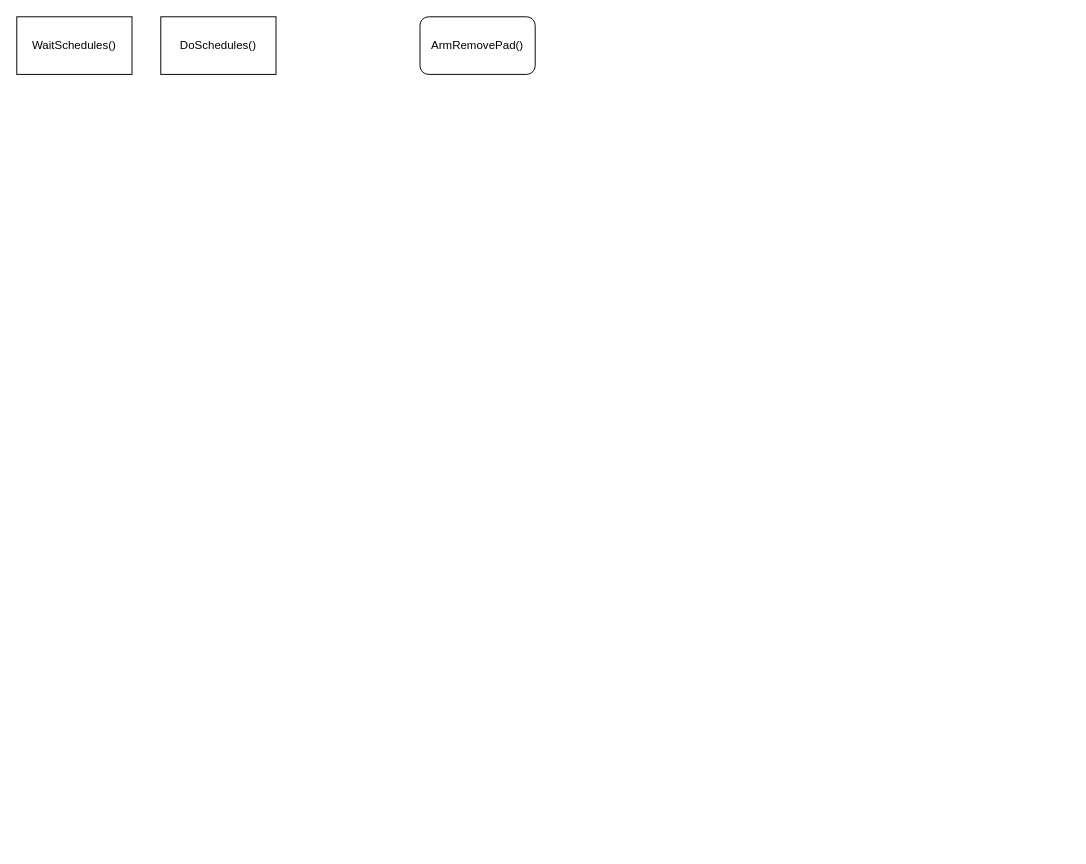
Earlier version of the draw.io diagram page "Funtions Summary" (2 of 8) of workflows/w0303_workflow_summary.drawio (wuyongf/w0303-ipc1). Source tidied: cells renumbered, new cells numbered last; positions are measured from the earlier drawing's top-left corner, leaving out a move shared by most shapes. Both pictures are drawn from the tidied source at 96%, with x=0, y=0 at pixel (16, 16). Pictures stored in the file or linked from it are replaced by grey dashed boxes.
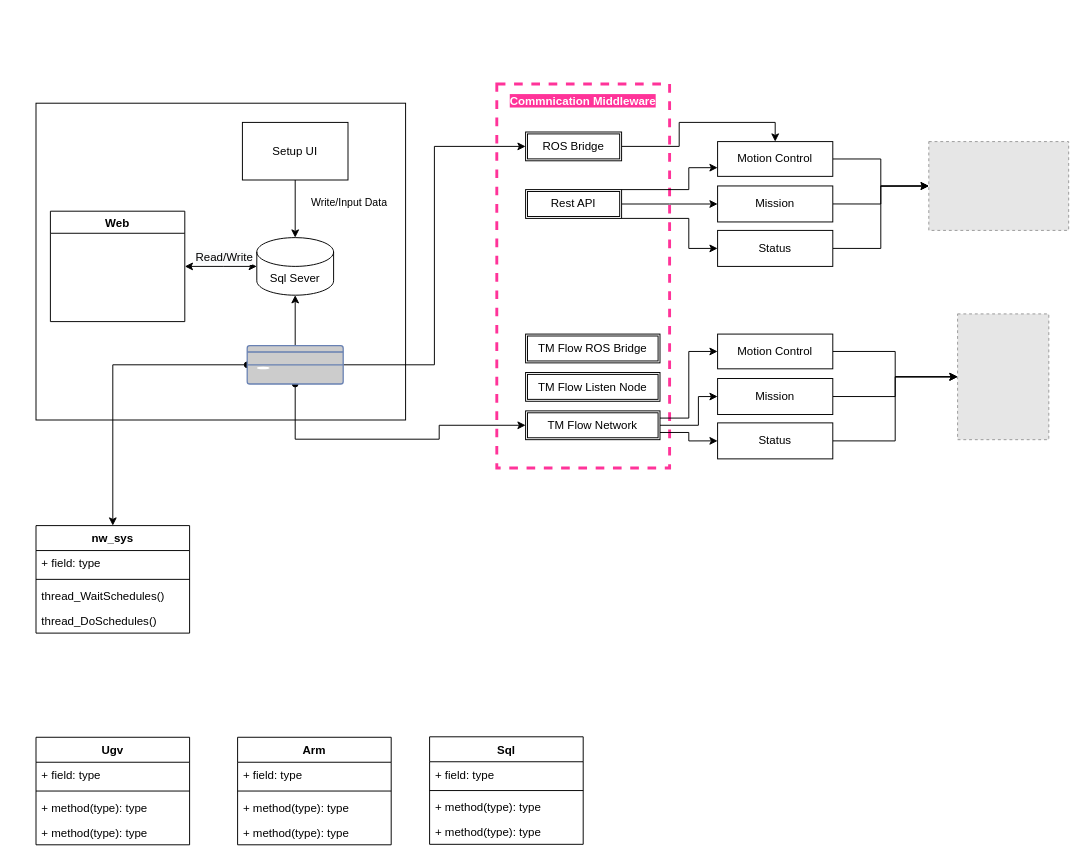
The same page after the edit.

Change to the diagram source:
```diff
@@
-    <mxCell id="2" value="ArmRemovePad()" style="rounded=1;whiteSpace=wrap;html=1;" parent="1" vertex="1">
-      <mxGeometry x="420" width="120" height="60" as="geometry" />
-    </mxCell>
-    <mxCell id="3" value="DoSchedules()" style="rounded=0;whiteSpace=wrap;html=1;" parent="1" vertex="1">
-      <mxGeometry x="150" width="120" height="60" as="geometry" />
-    </mxCell>
-    <mxCell id="4" value="WaitSchedules()" style="rounded=0;whiteSpace=wrap;html=1;" parent="1" vertex="1">
-      <mxGeometry width="120" height="60" as="geometry" />
-    </mxCell>
+    <mxCell id="5" style="group;" parent="1" vertex="1">
+      <mxGeometry x="500" y="70" width="180" height="400" as="geometry" />
+    </mxCell>
+    <mxCell id="6" style="rounded=0;whiteSpace=wrap;html=1;fillColor=none;dashed=1;strokeWidth=3;strokeColor=#FF3399;" parent="5" vertex="1">
+      <mxGeometry width="180" height="400" as="geometry" />
+    </mxCell>
+    <mxCell id="7" value="&lt;b style=&quot;background-color: rgb(255 , 51 , 153)&quot;&gt;&lt;font color=&quot;#ffffff&quot;&gt;Commnication Middleware&lt;/font&gt;&lt;/b&gt;" style="text;html=1;strokeColor=none;fillColor=none;align=center;verticalAlign=middle;whiteSpace=wrap;rounded=0;dashed=1;" parent="5" vertex="1">
+      <mxGeometry width="180" height="35.6" as="geometry" />
+    </mxCell>
+    <mxCell id="8" style="rounded=0;whiteSpace=wrap;html=1;" parent="1" vertex="1">
+      <mxGeometry x="20" y="90" width="385" height="330" as="geometry" />
+    </mxCell>
+    <mxCell id="9" value="Web" style="swimlane;" parent="1" vertex="1">
+      <mxGeometry x="35" y="202.5" width="140" height="115" as="geometry" />
+    </mxCell>
+    <mxCell id="10" style="edgeStyle=orthogonalEdgeStyle;rounded=0;jettySize=auto;html=1;exitX=0;exitY=0.5;exitDx=0;exitDy=0;exitPerimeter=0;startArrow=classic;startFill=1;entryX=1;entryY=0.5;entryDx=0;entryDy=0;" parent="1" edge="1" source="12" target="9">
+      <mxGeometry relative="1" as="geometry">
+        <Array as="points">
+          <mxPoint x="215" y="260" />
+          <mxPoint x="215" y="260" />
+        </Array>
+      </mxGeometry>
+    </mxCell>
+    <mxCell id="11" value="&lt;span style=&quot;font-size: 12px ; background-color: rgb(248 , 249 , 250)&quot;&gt;Read/Write&lt;/span&gt;" style="edgeLabel;html=1;align=center;verticalAlign=middle;" parent="10" vertex="1">
+      <mxGeometry x="-0.09" relative="1" as="geometry">
+        <mxPoint x="-1" y="-10" as="offset" />
+      </mxGeometry>
+    </mxCell>
+    <mxCell id="12" value="Sql Sever" style="shape=cylinder3;whiteSpace=wrap;html=1;boundedLbl=1;backgroundOutline=1;size=15;" parent="1" vertex="1">
+      <mxGeometry x="250" y="230" width="80" height="60" as="geometry" />
+    </mxCell>
+    <mxCell id="13" style="edgeStyle=orthogonalEdgeStyle;rounded=0;jettySize=auto;html=1;exitX=0.5;exitY=1;exitDx=0;exitDy=0;entryX=0.5;entryY=0;entryDx=0;entryDy=0;entryPerimeter=0;startArrow=none;startFill=0;" parent="1" edge="1" source="15" target="12">
+      <mxGeometry relative="1" as="geometry" />
+    </mxCell>
+    <mxCell id="14" value="Write/Input Data" style="edgeLabel;html=1;align=center;verticalAlign=middle;" parent="13" vertex="1">
+      <mxGeometry x="-0.23" y="-1" relative="1" as="geometry">
+        <mxPoint x="56" as="offset" />
+      </mxGeometry>
+    </mxCell>
+    <mxCell id="15" value="Setup UI" style="rounded=0;whiteSpace=wrap;html=1;" parent="1" vertex="1">
+      <mxGeometry x="235" y="110" width="110" height="60" as="geometry" />
+    </mxCell>
+    <mxCell id="16" style="edgeStyle=orthogonalEdgeStyle;rounded=0;jettySize=auto;html=1;exitX=0.5;exitY=0;exitDx=0;exitDy=0;exitPerimeter=0;entryX=0.5;entryY=1;entryDx=0;entryDy=0;entryPerimeter=0;" parent="1" edge="1" source="21" target="12">
+      <mxGeometry relative="1" as="geometry" />
+    </mxCell>
+    <mxCell id="17" style="edgeStyle=orthogonalEdgeStyle;rounded=0;jettySize=auto;html=1;exitX=1;exitY=0.5;exitDx=0;exitDy=0;exitPerimeter=0;startArrow=none;startFill=0;entryX=0;entryY=0.5;entryDx=0;entryDy=0;" parent="1" edge="1" source="21" target="53">
+      <mxGeometry relative="1" as="geometry">
+        <Array as="points">
+          <mxPoint x="435" y="362" />
+          <mxPoint x="435" y="135" />
+        </Array>
+      </mxGeometry>
+    </mxCell>
+    <mxCell id="18" style="edgeStyle=orthogonalEdgeStyle;rounded=0;jettySize=auto;html=1;exitX=0.5;exitY=1;exitDx=0;exitDy=0;exitPerimeter=0;startArrow=oval;startFill=1;entryX=0;entryY=0.5;entryDx=0;entryDy=0;" parent="1" edge="1" source="21" target="59">
+      <mxGeometry relative="1" as="geometry">
+        <Array as="points">
+          <mxPoint x="290" y="440" />
+          <mxPoint x="440" y="440" />
+          <mxPoint x="440" y="426" />
+        </Array>
+      </mxGeometry>
+    </mxCell>
+    <mxCell id="19" style="edgeStyle=orthogonalEdgeStyle;rounded=0;jettySize=auto;html=1;exitX=1;exitY=0.5;exitDx=0;exitDy=0;exitPerimeter=0;entryX=0;entryY=0.5;entryDx=0;entryDy=0;startArrow=none;startFill=0;strokeColor=none;" parent="1" edge="1" source="21" target="51">
+      <mxGeometry relative="1" as="geometry">
+        <Array as="points">
+          <mxPoint x="435" y="363" />
+          <mxPoint x="435" y="195" />
+        </Array>
+      </mxGeometry>
+    </mxCell>
+    <mxCell id="20" style="edgeStyle=orthogonalEdgeStyle;rounded=0;jettySize=auto;html=1;exitX=0;exitY=0.5;exitDx=0;exitDy=0;exitPerimeter=0;startArrow=oval;startFill=1;entryX=0.5;entryY=0;entryDx=0;entryDy=0;" parent="1" edge="1" source="21" target="37">
+      <mxGeometry relative="1" as="geometry" />
+    </mxCell>
+    <mxCell id="21" style="fontColor=#0066CC;verticalAlign=top;verticalLabelPosition=bottom;labelPosition=center;align=center;html=1;outlineConnect=0;fillColor=#CCCCCC;strokeColor=#6881B3;gradientColor=none;gradientDirection=north;strokeWidth=2;shape=mxgraph.networks.desktop_pc;" parent="1" vertex="1">
+      <mxGeometry x="240" y="342.5" width="100" height="40" as="geometry" />
+    </mxCell>
+    <mxCell id="22" value="Arm" style="swimlane;fontStyle=1;align=center;verticalAlign=top;horizontal=1;startSize=26;" parent="1" vertex="1">
+      <mxGeometry x="230" y="750.5" width="160" height="112" as="geometry" />
+    </mxCell>
+    <mxCell id="23" value="+ field: type" style="text;strokeColor=none;fillColor=none;align=left;verticalAlign=top;spacingLeft=4;spacingRight=4;overflow=hidden;" parent="22" vertex="1">
+      <mxGeometry y="26" width="160" height="26" as="geometry" />
+    </mxCell>
+    <mxCell id="24" style="line;strokeWidth=1;fillColor=none;align=left;verticalAlign=middle;spacingTop=-1;spacingLeft=3;spacingRight=3;labelPosition=right;" parent="22" vertex="1">
+      <mxGeometry y="52" width="160" height="8" as="geometry" />
+    </mxCell>
+    <mxCell id="25" value="+ method(type): type" style="text;strokeColor=none;fillColor=none;align=left;verticalAlign=top;spacingLeft=4;spacingRight=4;overflow=hidden;" parent="22" vertex="1">
+      <mxGeometry y="60" width="160" height="26" as="geometry" />
+    </mxCell>
+    <mxCell id="26" value="+ method(type): type" style="text;strokeColor=none;fillColor=none;align=left;verticalAlign=top;spacingLeft=4;spacingRight=4;overflow=hidden;" parent="22" vertex="1">
+      <mxGeometry y="86" width="160" height="26" as="geometry" />
+    </mxCell>
+    <mxCell id="27" value="Ugv" style="swimlane;fontStyle=1;align=center;verticalAlign=top;horizontal=1;startSize=26;" parent="1" vertex="1">
+      <mxGeometry x="20" y="750.5" width="160" height="112" as="geometry" />
+    </mxCell>
+    <mxCell id="28" value="+ field: type" style="text;strokeColor=none;fillColor=none;align=left;verticalAlign=top;spacingLeft=4;spacingRight=4;overflow=hidden;" parent="27" vertex="1">
+      <mxGeometry y="26" width="160" height="26" as="geometry" />
+    </mxCell>
+    <mxCell id="29" style="line;strokeWidth=1;fillColor=none;align=left;verticalAlign=middle;spacingTop=-1;spacingLeft=3;spacingRight=3;labelPosition=right;" parent="27" vertex="1">
+      <mxGeometry y="52" width="160" height="8" as="geometry" />
+    </mxCell>
+    <mxCell id="30" value="+ method(type): type" style="text;strokeColor=none;fillColor=none;align=left;verticalAlign=top;spacingLeft=4;spacingRight=4;overflow=hidden;" parent="27" vertex="1">
+      <mxGeometry y="60" width="160" height="26" as="geometry" />
+    </mxCell>
+    <mxCell id="31" value="+ method(type): type" style="text;strokeColor=none;fillColor=none;align=left;verticalAlign=top;spacingLeft=4;spacingRight=4;overflow=hidden;" parent="27" vertex="1">
+      <mxGeometry y="86" width="160" height="26" as="geometry" />
+    </mxCell>
+    <mxCell id="32" value="Sql" style="swimlane;fontStyle=1;align=center;verticalAlign=top;horizontal=1;startSize=26;" parent="1" vertex="1">
+      <mxGeometry x="430" y="750" width="160" height="112" as="geometry" />
+    </mxCell>
+    <mxCell id="33" value="+ field: type" style="text;strokeColor=none;fillColor=none;align=left;verticalAlign=top;spacingLeft=4;spacingRight=4;overflow=hidden;" parent="32" vertex="1">
+      <mxGeometry y="26" width="160" height="26" as="geometry" />
+    </mxCell>
+    <mxCell id="34" style="line;strokeWidth=1;fillColor=none;align=left;verticalAlign=middle;spacingTop=-1;spacingLeft=3;spacingRight=3;labelPosition=right;" parent="32" vertex="1">
+      <mxGeometry y="52" width="160" height="8" as="geometry" />
+    </mxCell>
+    <mxCell id="35" value="+ method(type): type" style="text;strokeColor=none;fillColor=none;align=left;verticalAlign=top;spacingLeft=4;spacingRight=4;overflow=hidden;" parent="32" vertex="1">
+      <mxGeometry y="60" width="160" height="26" as="geometry" />
+    </mxCell>
+    <mxCell id="36" value="+ method(type): type" style="text;strokeColor=none;fillColor=none;align=left;verticalAlign=top;spacingLeft=4;spacingRight=4;overflow=hidden;" parent="32" vertex="1">
+      <mxGeometry y="86" width="160" height="26" as="geometry" />
+    </mxCell>
+    <mxCell id="37" value="nw_sys" style="swimlane;fontStyle=1;align=center;verticalAlign=top;horizontal=1;startSize=26;" parent="1" vertex="1">
+      <mxGeometry x="20" y="530" width="160" height="112" as="geometry" />
+    </mxCell>
+    <mxCell id="38" value="+ field: type" style="text;strokeColor=none;fillColor=none;align=left;verticalAlign=top;spacingLeft=4;spacingRight=4;overflow=hidden;" parent="37" vertex="1">
+      <mxGeometry y="26" width="160" height="26" as="geometry" />
+    </mxCell>
+    <mxCell id="39" style="line;strokeWidth=1;fillColor=none;align=left;verticalAlign=middle;spacingTop=-1;spacingLeft=3;spacingRight=3;labelPosition=right;" parent="37" vertex="1">
+      <mxGeometry y="52" width="160" height="8" as="geometry" />
+    </mxCell>
+    <mxCell id="40" value="thread_WaitSchedules()" style="text;strokeColor=none;fillColor=none;align=left;verticalAlign=top;spacingLeft=4;spacingRight=4;overflow=hidden;" parent="37" vertex="1">
+      <mxGeometry y="60" width="160" height="26" as="geometry" />
+    </mxCell>
+    <mxCell id="41" value="thread_DoSchedules()" style="text;strokeColor=none;fillColor=none;align=left;verticalAlign=top;spacingLeft=4;spacingRight=4;overflow=hidden;" parent="37" vertex="1">
+      <mxGeometry y="86" width="160" height="26" as="geometry" />
+    </mxCell>
+    <mxCell id="42" style="fillColor=#E6E6E6;strokeColor=#999999;dashed=1;verticalLabelPosition=bottom;labelBackgroundColor=#ffffff;verticalAlign=top;" parent="1" vertex="1">
+      <mxGeometry x="950" y="130" width="145.7" height="92.5" as="geometry" />
+    </mxCell>
+    <mxCell id="43" style="edgeStyle=orthogonalEdgeStyle;rounded=0;jettySize=auto;html=1;exitX=1;exitY=0.5;exitDx=0;exitDy=0;entryX=0;entryY=0.5;entryDx=0;entryDy=0;startArrow=none;startFill=0;" parent="1" edge="1" source="44" target="42">
+      <mxGeometry relative="1" as="geometry" />
+    </mxCell>
+    <mxCell id="44" value="Motion Control" style="rounded=0;whiteSpace=wrap;html=1;" parent="1" vertex="1">
+      <mxGeometry x="730" y="130" width="120" height="36.2" as="geometry" />
+    </mxCell>
+    <mxCell id="45" style="edgeStyle=orthogonalEdgeStyle;rounded=0;jettySize=auto;html=1;exitX=1;exitY=0.5;exitDx=0;exitDy=0;entryX=0;entryY=0.5;entryDx=0;entryDy=0;startArrow=none;startFill=0;" parent="1" edge="1" source="46" target="42">
+      <mxGeometry relative="1" as="geometry" />
+    </mxCell>
+    <mxCell id="46" value="Status" style="rounded=0;whiteSpace=wrap;html=1;" parent="1" vertex="1">
+      <mxGeometry x="730" y="222.5" width="120" height="37.5" as="geometry" />
+    </mxCell>
+    <mxCell id="47" style="edgeStyle=orthogonalEdgeStyle;rounded=0;jettySize=auto;html=1;exitX=1;exitY=0.5;exitDx=0;exitDy=0;entryX=0;entryY=0.5;entryDx=0;entryDy=0;startArrow=none;startFill=0;" parent="1" edge="1" source="54" target="42">
+      <mxGeometry relative="1" as="geometry" />
+    </mxCell>
+    <mxCell id="48" style="edgeStyle=orthogonalEdgeStyle;rounded=0;jettySize=auto;html=1;exitX=1;exitY=0;exitDx=0;exitDy=0;entryX=0;entryY=0.75;entryDx=0;entryDy=0;startArrow=none;startFill=0;" parent="1" edge="1" source="51" target="44">
+      <mxGeometry relative="1" as="geometry">
+        <Array as="points">
+          <mxPoint x="700" y="180" />
+          <mxPoint x="700" y="157" />
+        </Array>
+      </mxGeometry>
+    </mxCell>
+    <mxCell id="49" style="edgeStyle=orthogonalEdgeStyle;rounded=0;jettySize=auto;html=1;exitX=1;exitY=0.5;exitDx=0;exitDy=0;startArrow=none;startFill=0;" parent="1" edge="1" source="51" target="54">
+      <mxGeometry relative="1" as="geometry" />
+    </mxCell>
+    <mxCell id="50" style="edgeStyle=orthogonalEdgeStyle;rounded=0;jettySize=auto;html=1;exitX=1;exitY=1;exitDx=0;exitDy=0;entryX=0;entryY=0.5;entryDx=0;entryDy=0;startArrow=none;startFill=0;" parent="1" edge="1" source="51" target="46">
+      <mxGeometry relative="1" as="geometry">
+        <Array as="points">
+          <mxPoint x="700" y="210" />
+          <mxPoint x="700" y="241" />
+        </Array>
+      </mxGeometry>
+    </mxCell>
+    <mxCell id="51" value="Rest API" style="shape=ext;double=1;rounded=0;whiteSpace=wrap;html=1;" parent="1" vertex="1">
+      <mxGeometry x="530" y="180" width="100" height="30" as="geometry" />
+    </mxCell>
+    <mxCell id="52" style="edgeStyle=orthogonalEdgeStyle;rounded=0;jettySize=auto;html=1;exitX=1;exitY=0.5;exitDx=0;exitDy=0;startArrow=none;startFill=0;entryX=0.5;entryY=0;entryDx=0;entryDy=0;" parent="1" edge="1" source="53" target="44">
+      <mxGeometry relative="1" as="geometry">
+        <Array as="points">
+          <mxPoint x="690" y="135" />
+          <mxPoint x="690" y="110" />
+          <mxPoint x="790" y="110" />
+        </Array>
+      </mxGeometry>
+    </mxCell>
+    <mxCell id="53" value="ROS Bridge" style="shape=ext;double=1;rounded=0;whiteSpace=wrap;html=1;" parent="1" vertex="1">
+      <mxGeometry x="530" y="120" width="100" height="30" as="geometry" />
+    </mxCell>
+    <mxCell id="54" value="Mission" style="rounded=0;whiteSpace=wrap;html=1;" parent="1" vertex="1">
+      <mxGeometry x="730" y="176.2" width="120" height="37.5" as="geometry" />
+    </mxCell>
+    <mxCell id="55" style="fillColor=#E6E6E6;strokeColor=#999999;dashed=1;verticalLabelPosition=bottom;labelBackgroundColor=#ffffff;verticalAlign=top;" parent="1" vertex="1">
+      <mxGeometry x="980" y="309.5" width="95" height="131" as="geometry" />
+    </mxCell>
+    <mxCell id="56" style="edgeStyle=orthogonalEdgeStyle;rounded=0;jettySize=auto;html=1;exitX=1;exitY=0.25;exitDx=0;exitDy=0;entryX=0;entryY=0.5;entryDx=0;entryDy=0;startArrow=none;startFill=0;" parent="1" edge="1" source="59" target="63">
+      <mxGeometry relative="1" as="geometry" />
+    </mxCell>
+    <mxCell id="57" style="edgeStyle=orthogonalEdgeStyle;rounded=0;jettySize=auto;html=1;exitX=1;exitY=0.5;exitDx=0;exitDy=0;entryX=0;entryY=0.5;entryDx=0;entryDy=0;startArrow=none;startFill=0;" parent="1" edge="1" source="59" target="67">
+      <mxGeometry relative="1" as="geometry">
+        <Array as="points">
+          <mxPoint x="710" y="425.5" />
+          <mxPoint x="710" y="395.5" />
+        </Array>
+      </mxGeometry>
+    </mxCell>
+    <mxCell id="58" style="edgeStyle=orthogonalEdgeStyle;rounded=0;jettySize=auto;html=1;exitX=1;exitY=0.75;exitDx=0;exitDy=0;entryX=0;entryY=0.5;entryDx=0;entryDy=0;startArrow=none;startFill=0;" parent="1" edge="1" source="59" target="65">
+      <mxGeometry relative="1" as="geometry" />
+    </mxCell>
+    <mxCell id="59" value="TM Flow Network" style="shape=ext;double=1;rounded=0;whiteSpace=wrap;html=1;" parent="1" vertex="1">
+      <mxGeometry x="530" y="410.5" width="140" height="30" as="geometry" />
+    </mxCell>
+    <mxCell id="60" value="TM Flow Listen Node" style="shape=ext;double=1;rounded=0;whiteSpace=wrap;html=1;" parent="1" vertex="1">
+      <mxGeometry x="530" y="370.5" width="140" height="30" as="geometry" />
+    </mxCell>
+    <mxCell id="61" value="TM Flow ROS Bridge" style="shape=ext;double=1;rounded=0;whiteSpace=wrap;html=1;" parent="1" vertex="1">
+      <mxGeometry x="530" y="330.5" width="140" height="30" as="geometry" />
+    </mxCell>
+    <mxCell id="62" style="edgeStyle=orthogonalEdgeStyle;rounded=0;jettySize=auto;html=1;exitX=1;exitY=0.5;exitDx=0;exitDy=0;entryX=0;entryY=0.5;entryDx=0;entryDy=0;startArrow=none;startFill=0;" parent="1" edge="1" source="63" target="55">
+      <mxGeometry relative="1" as="geometry" />
+    </mxCell>
+    <mxCell id="63" value="Motion Control" style="rounded=0;whiteSpace=wrap;html=1;" parent="1" vertex="1">
+      <mxGeometry x="730" y="330.5" width="120" height="36.2" as="geometry" />
+    </mxCell>
+    <mxCell id="64" style="edgeStyle=orthogonalEdgeStyle;rounded=0;jettySize=auto;html=1;exitX=1;exitY=0.5;exitDx=0;exitDy=0;startArrow=none;startFill=0;" parent="1" edge="1" source="65" target="55">
+      <mxGeometry relative="1" as="geometry" />
+    </mxCell>
+    <mxCell id="65" value="Status" style="rounded=0;whiteSpace=wrap;html=1;" parent="1" vertex="1">
+      <mxGeometry x="730" y="423" width="120" height="37.5" as="geometry" />
+    </mxCell>
+    <mxCell id="66" style="edgeStyle=orthogonalEdgeStyle;rounded=0;jettySize=auto;html=1;exitX=1;exitY=0.5;exitDx=0;exitDy=0;startArrow=none;startFill=0;" parent="1" edge="1" source="67" target="55">
+      <mxGeometry relative="1" as="geometry" />
+    </mxCell>
+    <mxCell id="67" value="Mission" style="rounded=0;whiteSpace=wrap;html=1;" parent="1" vertex="1">
+      <mxGeometry x="730" y="376.8" width="120" height="37.5" as="geometry" />
+    </mxCell>
```
